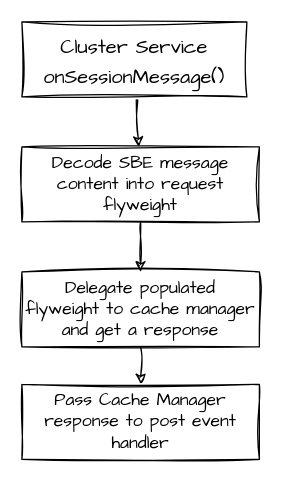
Before: docs/diagrams/cluster-service.dio in bhf/aeron-cache, a draw.io diagram. Source tidied: cells renumbered, new cells numbered last; positions are measured from the earlier drawing's top-left corner, leaving out a move shared by most shapes. Both pictures are drawn from the tidied source at 125%, with x=0, y=0 at pixel (21, 21).
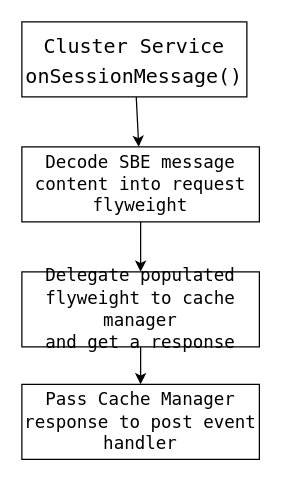
The same diagram, later.

What changed in the source:
```diff
@@
 <mxGraphModel>
   <root>
     <mxCell id="0" />
     <mxCell id="1" parent="0" />
-    <mxCell id="2" style="edgeStyle=none;sketch=1;hachureGap=4;jiggle=2;curveFitting=1;html=1;fontFamily=Architects Daughter;fontSize=14;" parent="1" edge="1" source="3" target="5">
+    <mxCell id="2" style="edgeStyle=none;hachureGap=4;html=1;fontFamily=Architects Daughter;fontSize=14;rounded=0;" parent="1" edge="1" source="3" target="5">
       <mxGeometry relative="1" as="geometry" />
     </mxCell>
-    <mxCell id="3" value="&lt;font size=&quot;3&quot;&gt;Cluster Service&lt;br&gt;onSessionMessage()&lt;br&gt;&lt;/font&gt;" style="rounded=0;whiteSpace=wrap;html=1;sketch=1;hachureGap=4;jiggle=2;curveFitting=1;fontFamily=Architects Daughter;fontSize=20;" parent="1" vertex="1">
+    <mxCell id="3" value="&lt;font size=&quot;3&quot;&gt;&lt;font face=&quot;Lucida Console&quot;&gt;Cluster Service&lt;br&gt;onSessionMessage()&lt;/font&gt;&lt;br&gt;&lt;/font&gt;" style="rounded=0;whiteSpace=wrap;html=1;hachureGap=4;fontFamily=Architects Daughter;fontSize=20;" parent="1" vertex="1">
       <mxGeometry width="180" height="60" as="geometry" />
     </mxCell>
-    <mxCell id="4" style="edgeStyle=none;sketch=1;hachureGap=4;jiggle=2;curveFitting=1;html=1;fontFamily=Architects Daughter;fontSize=14;" parent="1" edge="1" source="5" target="7">
+    <mxCell id="4" style="edgeStyle=none;hachureGap=4;html=1;fontFamily=Architects Daughter;fontSize=14;rounded=0;" parent="1" edge="1" source="5" target="7">
       <mxGeometry relative="1" as="geometry" />
     </mxCell>
-    <mxCell id="5" value="Decode SBE message&lt;br&gt;content into request&lt;br&gt;flyweight" style="rounded=0;whiteSpace=wrap;html=1;sketch=1;hachureGap=4;jiggle=2;curveFitting=1;fontFamily=Architects Daughter;fontSize=14;" parent="1" vertex="1">
+    <mxCell id="5" value="&lt;font face=&quot;Lucida Console&quot;&gt;Decode SBE message&lt;br&gt;content into request&lt;br&gt;flyweight&lt;/font&gt;" style="rounded=0;whiteSpace=wrap;html=1;hachureGap=4;fontFamily=Architects Daughter;fontSize=14;" parent="1" vertex="1">
       <mxGeometry y="100" width="190" height="60" as="geometry" />
     </mxCell>
-    <mxCell id="6" style="edgeStyle=none;sketch=1;hachureGap=4;jiggle=2;curveFitting=1;html=1;fontFamily=Architects Daughter;fontSize=14;" parent="1" edge="1" source="7" target="8">
+    <mxCell id="6" style="edgeStyle=none;hachureGap=4;html=1;fontFamily=Architects Daughter;fontSize=14;rounded=0;" parent="1" edge="1" source="7" target="8">
       <mxGeometry relative="1" as="geometry" />
     </mxCell>
-    <mxCell id="7" value="Delegate populated&lt;br&gt;flyweight to cache manager&lt;br&gt;and get a response" style="rounded=0;whiteSpace=wrap;html=1;sketch=1;hachureGap=4;jiggle=2;curveFitting=1;fontFamily=Architects Daughter;fontSize=14;" parent="1" vertex="1">
+    <mxCell id="7" value="&lt;font face=&quot;Lucida Console&quot;&gt;Delegate populated&lt;br&gt;flyweight to cache manager&lt;br&gt;and get a response&lt;/font&gt;" style="rounded=0;whiteSpace=wrap;html=1;hachureGap=4;fontFamily=Architects Daughter;fontSize=14;" parent="1" vertex="1">
       <mxGeometry y="200" width="190" height="60" as="geometry" />
     </mxCell>
-    <mxCell id="8" value="Pass Cache Manager response to post event handler" style="rounded=0;whiteSpace=wrap;html=1;sketch=1;hachureGap=4;jiggle=2;curveFitting=1;fontFamily=Architects Daughter;fontSize=14;" parent="1" vertex="1">
+    <mxCell id="8" value="&lt;font face=&quot;Lucida Console&quot;&gt;Pass Cache Manager response to post event handler&lt;/font&gt;" style="rounded=0;whiteSpace=wrap;html=1;hachureGap=4;fontFamily=Architects Daughter;fontSize=14;" parent="1" vertex="1">
       <mxGeometry y="290" width="190" height="60" as="geometry" />
     </mxCell>
   </root>
 </mxGraphModel>
```
